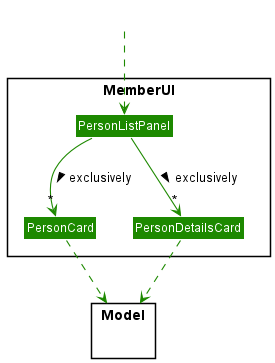
This is docs/images/MemberUiClassDiagram.png from ryanongra/tp, a PlantUML export, as it was before one commit. The source it was exported from:
```plantuml
@startuml
!include style.puml
skinparam arrowThickness 1.1
skinparam arrowColor UI_COLOR
skinparam classBackgroundColor UI_COLOR

Package MemberUI <<Rectangle>>{
Class PersonListPanel
Class PersonCard
Class PersonDetailsCard
}

Package Model {}

Class HiddenOutside #FFFFFF
HiddenOutside ..> PersonListPanel

PersonListPanel --> "*" PersonCard :> exclusively
PersonListPanel --> "*" PersonDetailsCard :> exclusively

PersonCard ..> Model
PersonDetailsCard ..> Model
@enduml
```
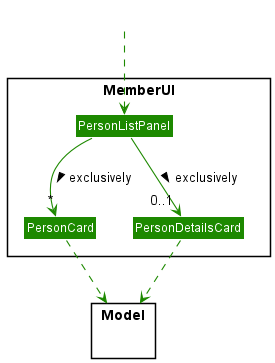
The same file after the commit.

Commit message:
Update multiplicity for member ui class diagram

The edit, as a diff of the source:
```diff
@@ -16,7 +16,7 @@
 HiddenOutside ..> PersonListPanel
 
 PersonListPanel --> "*" PersonCard :> exclusively
-PersonListPanel --> "*" PersonDetailsCard :> exclusively
+PersonListPanel --> "0..1" PersonDetailsCard :> exclusively
 
 PersonCard ..> Model
 PersonDetailsCard ..> Model
```
